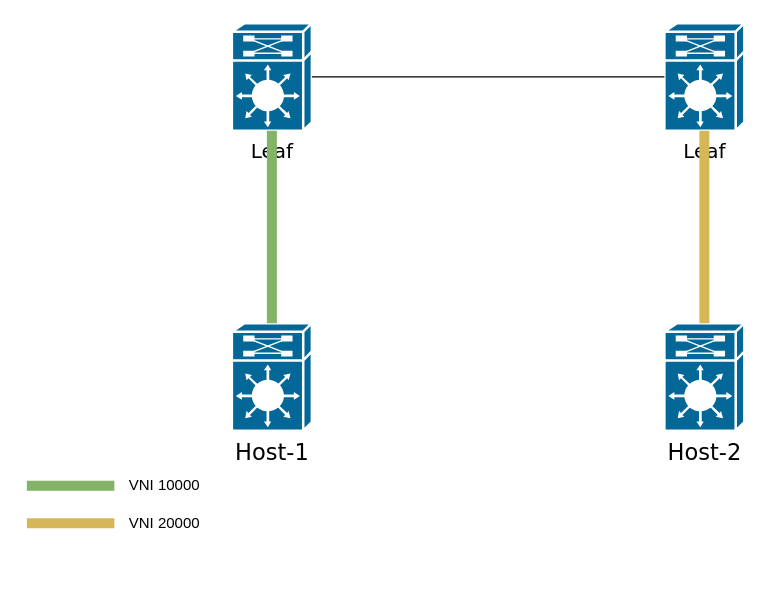
Earlier version of the draw.io diagram img/Untitled Diagram.drawio (Santa42/VxLAN_EVPN). Source tidied: cells renumbered, new cells numbered last; positions are measured from the earlier drawing's top-left corner, leaving out a move shared by most shapes. Both pictures are drawn from the tidied source at 125%, with x=0, y=0 at pixel (26, 22).
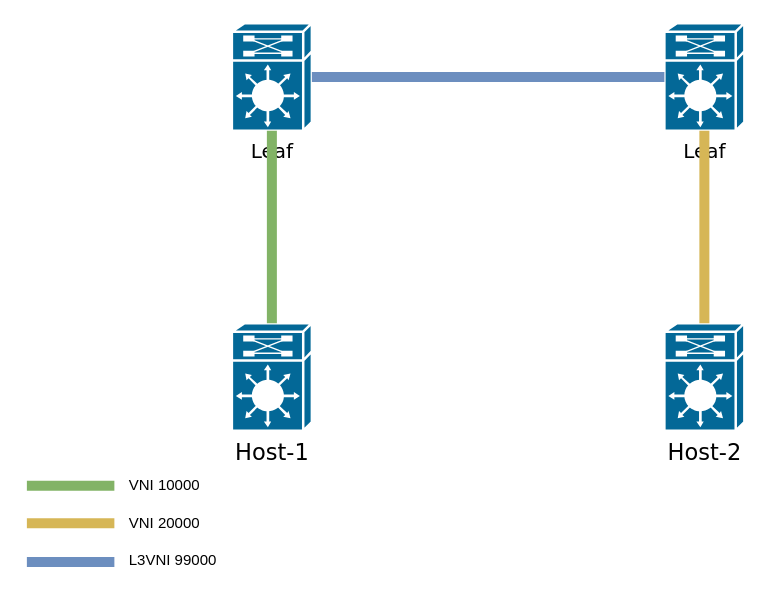
The same page after the edit.

What changed in the source:
```diff
@@
 <mxGraphModel background="#ffffff">
   <root>
     <mxCell id="0" />
     <mxCell id="1" parent="0" />
     <mxCell id="2" value="&lt;font style=&quot;font-size: 16px ; background-color: rgb(255 , 255 , 255)&quot;&gt;Leaf&lt;/font&gt;" style="shape=mxgraph.cisco.misc.route_switch_processor;html=1;dashed=0;fillColor=#036897;strokeColor=#ffffff;strokeWidth=2;verticalLabelPosition=bottom;verticalAlign=top;rounded=0;shadow=0;comic=0;fontFamily=Verdana;fontSize=12;" parent="1" vertex="1">
       <mxGeometry x="510" width="64" height="86" as="geometry" />
     </mxCell>
     <mxCell id="3" value="&lt;font style=&quot;font-size: 16px ; background-color: rgb(255 , 255 , 255)&quot;&gt;Leaf&lt;/font&gt;" style="shape=mxgraph.cisco.misc.route_switch_processor;html=1;dashed=0;fillColor=#036897;strokeColor=#ffffff;strokeWidth=2;verticalLabelPosition=bottom;verticalAlign=top;rounded=0;shadow=0;comic=0;fontFamily=Verdana;fontSize=12;" parent="1" vertex="1">
       <mxGeometry x="164" width="64" height="86" as="geometry" />
     </mxCell>
     <mxCell id="4" value="&lt;font style=&quot;font-size: 18px&quot;&gt;Host-1&lt;/font&gt;" style="shape=mxgraph.cisco.misc.route_switch_processor;html=1;dashed=0;fillColor=#036897;strokeColor=#ffffff;strokeWidth=2;verticalLabelPosition=bottom;verticalAlign=top;rounded=0;shadow=0;comic=0;fontFamily=Verdana;fontSize=12;" parent="1" vertex="1">
       <mxGeometry x="164" y="240" width="64" height="86" as="geometry" />
     </mxCell>
     <mxCell id="5" value="&lt;font style=&quot;font-size: 18px&quot;&gt;Host-2&lt;/font&gt;" style="shape=mxgraph.cisco.misc.route_switch_processor;html=1;dashed=0;fillColor=#036897;strokeColor=#ffffff;strokeWidth=2;verticalLabelPosition=bottom;verticalAlign=top;rounded=0;shadow=0;comic=0;fontFamily=Verdana;fontSize=12;" parent="1" vertex="1">
       <mxGeometry x="510" y="240" width="64" height="86" as="geometry" />
     </mxCell>
     <mxCell id="6" style="endArrow=none;html=1;entryX=0.5;entryY=1;entryDx=0;entryDy=0;entryPerimeter=0;exitX=0.5;exitY=0;exitDx=0;exitDy=0;exitPerimeter=0;strokeWidth=8;fillColor=#d5e8d4;strokeColor=#82b366;" parent="1" edge="1" source="4" target="3">
       <mxGeometry relative="1" as="geometry" />
     </mxCell>
     <mxCell id="7" style="endArrow=none;html=1;entryX=0.5;entryY=1;entryDx=0;entryDy=0;entryPerimeter=0;exitX=0.5;exitY=0;exitDx=0;exitDy=0;exitPerimeter=0;strokeWidth=8;fillColor=#fff2cc;strokeColor=#d6b656;" parent="1" edge="1" source="5" target="2">
       <mxGeometry relative="1" as="geometry" />
     </mxCell>
-    <mxCell id="8" style="endArrow=none;html=1;entryX=0;entryY=0.5;entryDx=0;entryDy=0;entryPerimeter=0;exitX=1;exitY=0.5;exitDx=0;exitDy=0;exitPerimeter=0;" parent="1" edge="1" source="3" target="2">
+    <mxCell id="8" style="endArrow=none;html=1;entryX=0;entryY=0.5;entryDx=0;entryDy=0;entryPerimeter=0;exitX=1;exitY=0.5;exitDx=0;exitDy=0;exitPerimeter=0;fillColor=#dae8fc;strokeColor=#6c8ebf;strokeWidth=8;" parent="1" edge="1" source="3" target="2">
       <mxGeometry relative="1" as="geometry" />
     </mxCell>
     <mxCell id="9" style="endArrow=none;html=1;exitX=0.5;exitY=0;exitDx=0;exitDy=0;exitPerimeter=0;strokeWidth=8;fillColor=#d5e8d4;strokeColor=#82b366;" parent="1" edge="1">
       <mxGeometry relative="1" as="geometry">
         <mxPoint y="370" as="sourcePoint" />
         <mxPoint x="70" y="370" as="targetPoint" />
       </mxGeometry>
     </mxCell>
     <mxCell id="10" value="VNI 10000" style="text;html=1;align=left;verticalAlign=top;spacingTop=-4;" parent="1" vertex="1">
       <mxGeometry x="80" y="360" width="70" height="20" as="geometry" />
     </mxCell>
     <mxCell id="11" style="endArrow=none;html=1;exitX=0.5;exitY=0;exitDx=0;exitDy=0;exitPerimeter=0;strokeWidth=8;fillColor=#fff2cc;strokeColor=#d6b656;" parent="1" edge="1">
       <mxGeometry relative="1" as="geometry">
         <mxPoint y="400" as="sourcePoint" />
         <mxPoint x="70" y="400" as="targetPoint" />
       </mxGeometry>
     </mxCell>
     <mxCell id="12" value="VNI 20000" style="text;html=1;align=left;verticalAlign=top;spacingTop=-4;" parent="1" vertex="1">
       <mxGeometry x="80" y="390" width="70" height="20" as="geometry" />
     </mxCell>
+    <mxCell id="13" style="endArrow=none;html=1;exitX=0.5;exitY=0;exitDx=0;exitDy=0;exitPerimeter=0;strokeWidth=8;fillColor=#dae8fc;strokeColor=#6c8ebf;" parent="1" edge="1">
+      <mxGeometry relative="1" as="geometry">
+        <mxPoint y="431" as="sourcePoint" />
+        <mxPoint x="70" y="431" as="targetPoint" />
+      </mxGeometry>
+    </mxCell>
+    <mxCell id="14" value="L3VNI 99000" style="text;html=1;align=left;verticalAlign=top;spacingTop=-4;" parent="1" vertex="1">
+      <mxGeometry x="80" y="420" width="90" height="20" as="geometry" />
+    </mxCell>
   </root>
 </mxGraphModel>
```
